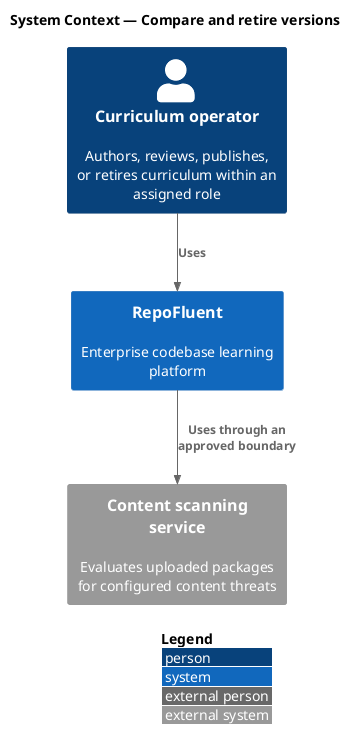
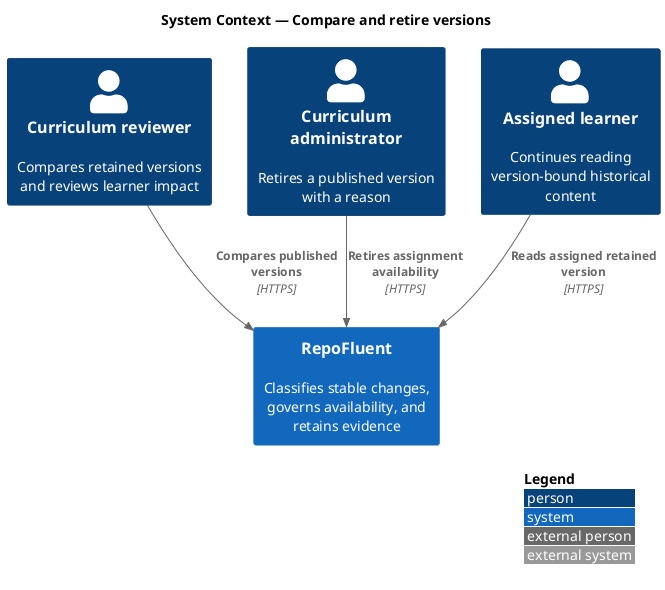
@startuml
!include <C4/C4_Context>
LAYOUT_WITH_LEGEND()
title System Context — Compare and retire versions

- Person(actor, "Curriculum operator", "Authors, reviews, publishes, or retires curriculum within an assigned role")
- System(repofluent, "RepoFluent", "Enterprise codebase learning platform")
- System_Ext(dependency, "Content scanning service", "Evaluates uploaded packages for configured content threats")
+ Person(reviewer, "Curriculum reviewer", "Compares retained versions and reviews learner impact")
+ Person(admin, "Curriculum administrator", "Retires a published version with a reason")
+ Person(learner, "Assigned learner", "Continues reading version-bound historical content")
+ System(repofluent, "RepoFluent", "Classifies stable changes, governs availability, and retains evidence")

- Rel(actor, repofluent, "Uses")
- Rel(repofluent, dependency, "Uses through an approved boundary")
+ Rel(reviewer, repofluent, "Compares published versions", "HTTPS")
+ Rel(admin, repofluent, "Retires assignment availability", "HTTPS")
+ Rel(learner, repofluent, "Reads assigned retained version", "HTTPS")
@enduml
